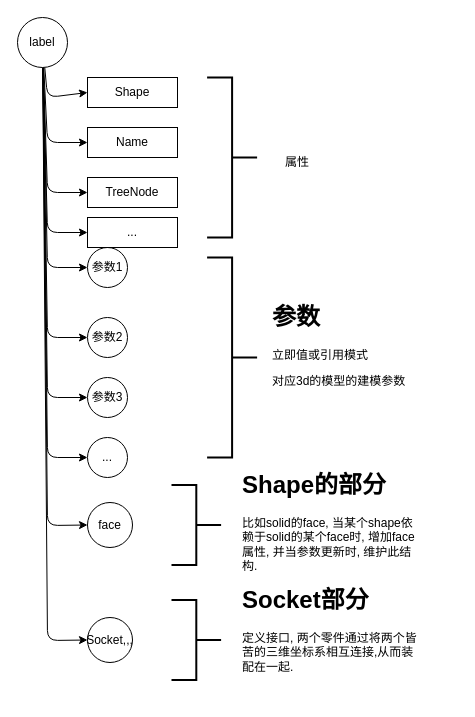
nochat1205/RedPanda keeps this draw.io diagram as doc/Doc_Shape.drawio. Above is the earlier version. Source tidied: cells renumbered, new cells numbered last; positions are measured from the earlier drawing's top-left corner, leaving out a move shared by most shapes. Both pictures are drawn from the tidied source at 100%, with x=0, y=0 at pixel (17, 17).
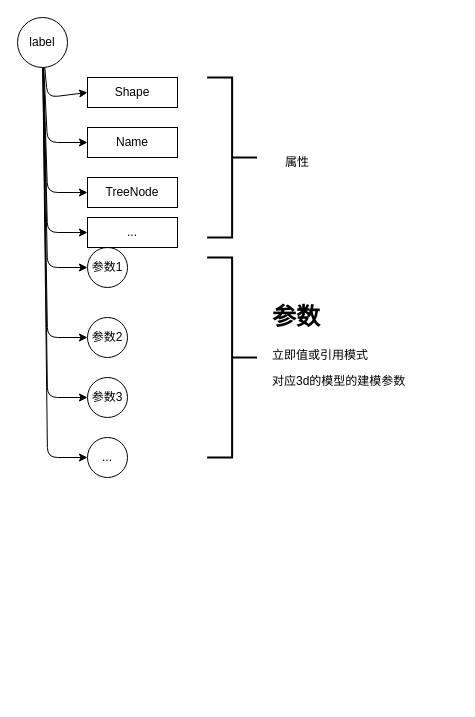
Above is the later version.

Unchanged cells that the change refers to:
```xml
<mxCell id="12" value="label" style="ellipse;whiteSpace=wrap;html=1;" parent="1" vertex="1">
  <mxGeometry width="50" height="50" as="geometry" />
</mxCell>
```

Diff of the diagram source:
```diff
@@
-    <mxCell id="10" style="edgeStyle=none;html=1;entryX=0;entryY=0.5;entryDx=0;entryDy=0;" parent="1" edge="1" source="12" target="25">
-      <mxGeometry relative="1" as="geometry">
-        <Array as="points">
-          <mxPoint x="30" y="508" />
-        </Array>
-      </mxGeometry>
-    </mxCell>
-    <mxCell id="11" style="edgeStyle=none;html=1;entryX=0;entryY=0.5;entryDx=0;entryDy=0;" parent="1" edge="1" source="12" target="28">
-      <mxGeometry relative="1" as="geometry">
-        <Array as="points">
-          <mxPoint x="30" y="623" />
-        </Array>
-      </mxGeometry>
-    </mxCell>
@@
-    <mxCell id="25" value="face" style="ellipse;whiteSpace=wrap;html=1;" parent="1" vertex="1">
-      <mxGeometry x="70" y="485" width="45" height="45" as="geometry" />
-    </mxCell>
-    <mxCell id="26" style="strokeWidth=2;html=1;shape=mxgraph.flowchart.annotation_2;align=left;labelPosition=right;rotation=-180;" parent="1" vertex="1">
-      <mxGeometry x="154" y="467.5" width="49.6" height="80" as="geometry" />
-    </mxCell>
-    <mxCell id="27" value="&lt;h1&gt;Shape的部分&amp;nbsp;&lt;/h1&gt;&lt;div&gt;比如solid的face, 当某个shape依赖于solid的某个face时, 增加face属性, 并当参数更新时, 维护此结构.&lt;/div&gt;" style="text;html=1;strokeColor=none;fillColor=none;spacing=5;spacingTop=-20;whiteSpace=wrap;overflow=hidden;rounded=0;" parent="1" vertex="1">
-      <mxGeometry x="220" y="447.5" width="190" height="120" as="geometry" />
-    </mxCell>
-    <mxCell id="28" value="Socket,,," style="ellipse;whiteSpace=wrap;html=1;" parent="1" vertex="1">
-      <mxGeometry x="70" y="600" width="45" height="45" as="geometry" />
-    </mxCell>
-    <mxCell id="29" style="strokeWidth=2;html=1;shape=mxgraph.flowchart.annotation_2;align=left;labelPosition=right;rotation=-180;" parent="1" vertex="1">
-      <mxGeometry x="154" y="582.5" width="49.6" height="80" as="geometry" />
-    </mxCell>
-    <mxCell id="30" value="&lt;h1&gt;Socket部分&lt;/h1&gt;&lt;div&gt;定义接口, 两个零件通过将两个皆苦的三维坐标系相互连接,从而装配在一起.&lt;/div&gt;" style="text;html=1;strokeColor=none;fillColor=none;spacing=5;spacingTop=-20;whiteSpace=wrap;overflow=hidden;rounded=0;" parent="1" vertex="1">
-      <mxGeometry x="220" y="562.5" width="190" height="120" as="geometry" />
-    </mxCell>
```
